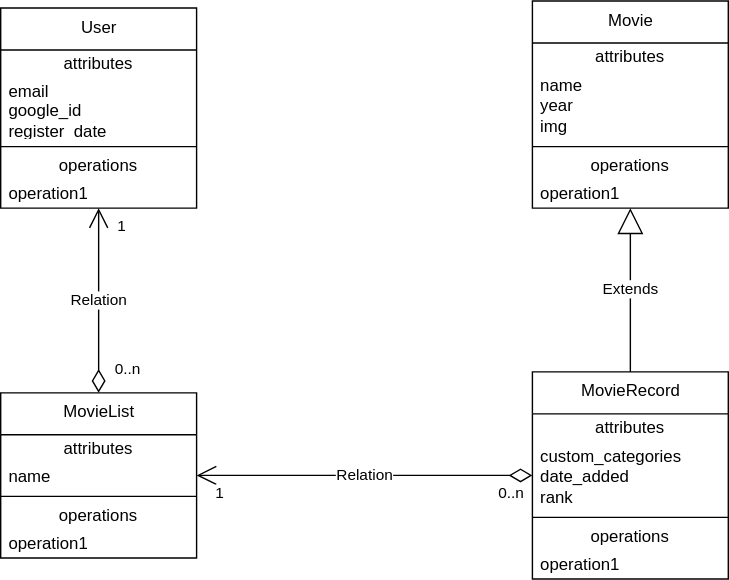
Above: MML-Classes.drawio.svg in itamarc/mymovieslist (draw.io), before the change. Source tidied: cells renumbered, new cells last; positions are measured from the earlier drawing's top-left corner, leaving out a move shared by most shapes.
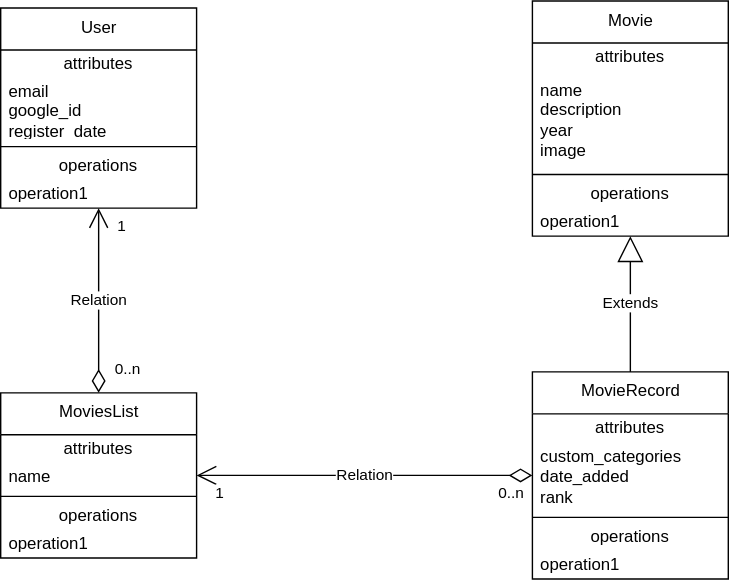
The same file after the commit.

The edit, as a diff of the source:
```diff
@@ -20,7 +20,7 @@
     <mxCell id="7" value="operation1" style="text;html=1;strokeColor=none;fillColor=none;align=left;verticalAlign=middle;spacingLeft=4;spacingRight=4;overflow=hidden;" parent="2" vertex="1">
       <mxGeometry y="123" width="140" height="20" as="geometry" />
     </mxCell>
-    <mxCell id="8" value="MovieList" style="swimlane;fontStyle=0;align=center;verticalAlign=top;horizontal=1;startSize=30;html=1;" parent="1" vertex="1">
+    <mxCell id="8" value="MoviesList" style="swimlane;fontStyle=0;align=center;verticalAlign=top;horizontal=1;startSize=30;html=1;" parent="1" vertex="1">
       <mxGeometry y="280" width="140" height="118" as="geometry" />
     </mxCell>
     <mxCell id="9" value="attributes" style="text;html=1;strokeColor=none;fillColor=none;align=center;verticalAlign=middle;spacingLeft=4;spacingRight=4;overflow=hidden;" parent="8" vertex="1">
@@ -39,22 +39,22 @@
       <mxGeometry y="98" width="140" height="20" as="geometry" />
     </mxCell>
     <mxCell id="14" value="Movie" style="swimlane;fontStyle=0;align=center;verticalAlign=top;horizontal=1;startSize=30;html=1;" parent="1" vertex="1">
-      <mxGeometry x="380" width="140" height="148" as="geometry" />
+      <mxGeometry x="380" width="140" height="168" as="geometry" />
     </mxCell>
     <mxCell id="15" value="attributes" style="text;html=1;strokeColor=none;fillColor=none;align=center;verticalAlign=middle;spacingLeft=4;spacingRight=4;overflow=hidden;" parent="14" vertex="1">
       <mxGeometry y="30" width="140" height="20" as="geometry" />
     </mxCell>
-    <mxCell id="16" value="name&lt;br&gt;year&lt;br&gt;img" style="text;html=1;strokeColor=none;fillColor=none;align=left;verticalAlign=middle;spacingLeft=4;spacingRight=4;overflow=hidden;" parent="14" vertex="1">
-      <mxGeometry y="50" width="140" height="50" as="geometry" />
+    <mxCell id="16" value="name&lt;br&gt;description&lt;br&gt;year&lt;br&gt;image" style="text;html=1;strokeColor=none;fillColor=none;align=left;verticalAlign=middle;spacingLeft=4;spacingRight=4;overflow=hidden;" parent="14" vertex="1">
+      <mxGeometry y="50" width="140" height="70" as="geometry" />
     </mxCell>
     <mxCell id="17" style="line;strokeWidth=1;fillColor=none;align=left;verticalAlign=middle;spacingTop=-1;spacingLeft=3;spacingRight=3;labelPosition=right;" parent="14" vertex="1">
-      <mxGeometry y="100" width="140" height="8" as="geometry" />
+      <mxGeometry y="120" width="140" height="8" as="geometry" />
     </mxCell>
     <mxCell id="18" value="operations" style="text;html=1;strokeColor=none;fillColor=none;align=center;verticalAlign=middle;spacingLeft=4;spacingRight=4;overflow=hidden;" parent="14" vertex="1">
-      <mxGeometry y="108" width="140" height="20" as="geometry" />
+      <mxGeometry y="128" width="140" height="20" as="geometry" />
     </mxCell>
     <mxCell id="19" value="operation1" style="text;html=1;strokeColor=none;fillColor=none;align=left;verticalAlign=middle;spacingLeft=4;spacingRight=4;overflow=hidden;" parent="14" vertex="1">
-      <mxGeometry y="128" width="140" height="20" as="geometry" />
+      <mxGeometry y="148" width="140" height="20" as="geometry" />
     </mxCell>
     <mxCell id="20" value="Relation" style="endArrow=open;html=1;endSize=12;startArrow=diamondThin;startSize=14;startFill=0;edgeStyle=orthogonalEdgeStyle;" parent="1" edge="1" source="8" target="2">
       <mxGeometry relative="1" as="geometry" />
```
